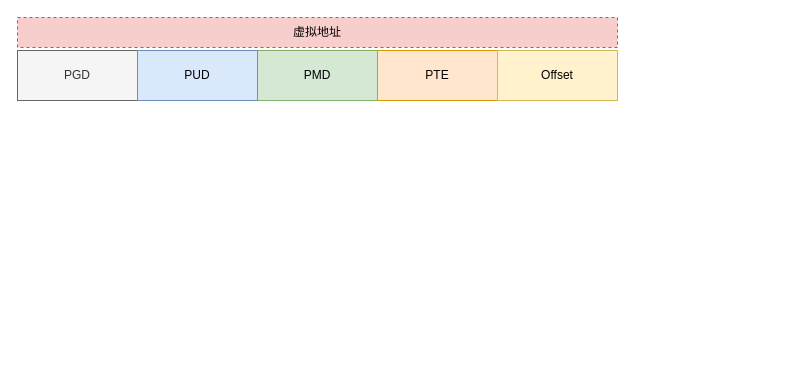
Earlier version of the draw.io diagram 四级目录.drawio (Netech-DevNote/itquestions_pictures). Source tidied: cells renumbered, new cells numbered last; positions are measured from the earlier drawing's top-left corner, leaving out a move shared by most shapes. Both pictures are drawn from the tidied source at 100%, with x=0, y=0 at pixel (17, 17).
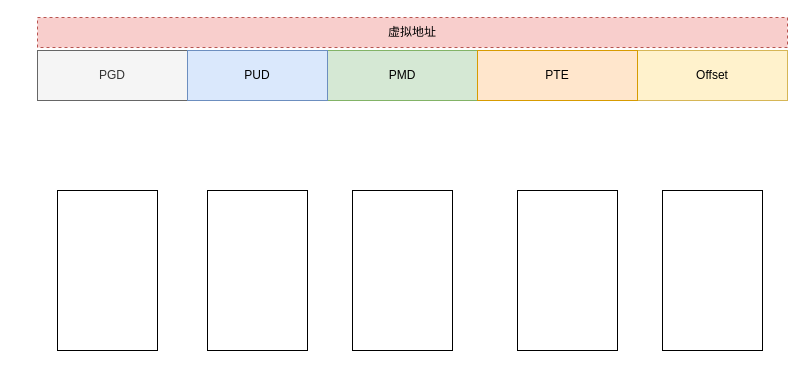
The same diagram, later.

Commit message (it also covers changes not shown here):
更新四级目录.drawio

Diff of the diagram source:
```diff
@@
 <mxGraphModel>
   <root>
     <mxCell id="0" />
     <mxCell id="1" parent="0" />
+    <mxCell id="8" style="rounded=0;whiteSpace=wrap;html=1;" parent="1" vertex="1">
+      <mxGeometry x="40" y="173" width="100" height="160" as="geometry" />
+    </mxCell>
+    <mxCell id="7" value="Offset" style="rounded=0;whiteSpace=wrap;html=1;fillColor=#fff2cc;strokeColor=#d6b656;" parent="1" vertex="1">
+      <mxGeometry x="620" y="33" width="150" height="50" as="geometry" />
+    </mxCell>
     <mxCell id="2" value="虚拟地址" style="text;html=1;strokeColor=#b85450;fillColor=#f8cecc;align=center;verticalAlign=middle;whiteSpace=wrap;rounded=0;dashed=1;" parent="1" vertex="1">
-      <mxGeometry width="600" height="30" as="geometry" />
+      <mxGeometry x="20" width="750" height="30" as="geometry" />
     </mxCell>
     <mxCell id="3" value="PGD" style="rounded=0;whiteSpace=wrap;html=1;fillColor=#f5f5f5;fontColor=#333333;strokeColor=#666666;" parent="1" vertex="1">
-      <mxGeometry y="33" width="120" height="50" as="geometry" />
+      <mxGeometry x="20" y="33" width="150" height="50" as="geometry" />
     </mxCell>
     <mxCell id="4" value="PMD" style="rounded=0;whiteSpace=wrap;html=1;fillColor=#d5e8d4;strokeColor=#82b366;" parent="1" vertex="1">
-      <mxGeometry x="240" y="33" width="120" height="50" as="geometry" />
+      <mxGeometry x="310" y="33" width="150" height="50" as="geometry" />
     </mxCell>
     <mxCell id="5" value="PUD" style="rounded=0;whiteSpace=wrap;html=1;fillColor=#dae8fc;strokeColor=#6c8ebf;" parent="1" vertex="1">
-      <mxGeometry x="120" y="33" width="120" height="50" as="geometry" />
+      <mxGeometry x="170" y="33" width="140" height="50" as="geometry" />
     </mxCell>
     <mxCell id="6" value="PTE" style="rounded=0;whiteSpace=wrap;html=1;fillColor=#ffe6cc;strokeColor=#d79b00;" parent="1" vertex="1">
-      <mxGeometry x="360" y="33" width="120" height="50" as="geometry" />
+      <mxGeometry x="460" y="33" width="160" height="50" as="geometry" />
     </mxCell>
-    <mxCell id="7" value="Offset" style="rounded=0;whiteSpace=wrap;html=1;fillColor=#fff2cc;strokeColor=#d6b656;" parent="1" vertex="1">
-      <mxGeometry x="480" y="33" width="120" height="50" as="geometry" />
-    </mxCell>
+    <mxCell id="9" style="rounded=0;whiteSpace=wrap;html=1;" parent="1" vertex="1">
+      <mxGeometry x="190" y="173" width="100" height="160" as="geometry" />
+    </mxCell>
+    <mxCell id="10" style="rounded=0;whiteSpace=wrap;html=1;" parent="1" vertex="1">
+      <mxGeometry x="335" y="173" width="100" height="160" as="geometry" />
+    </mxCell>
+    <mxCell id="11" style="rounded=0;whiteSpace=wrap;html=1;" parent="1" vertex="1">
+      <mxGeometry x="500" y="173" width="100" height="160" as="geometry" />
+    </mxCell>
+    <mxCell id="12" style="rounded=0;whiteSpace=wrap;html=1;" parent="1" vertex="1">
+      <mxGeometry x="645" y="173" width="100" height="160" as="geometry" />
+    </mxCell>
   </root>
 </mxGraphModel>
```
